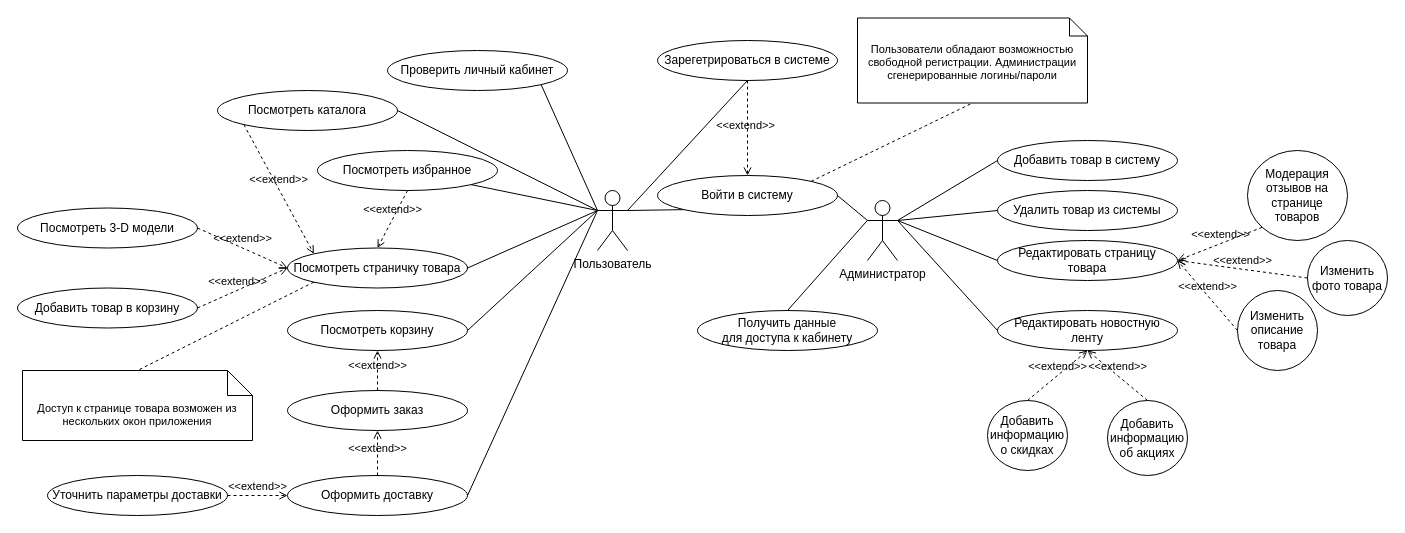
Earlier version of the draw.io diagram page "Тут с коментами" (2 of 5) of Сис. инж. UseCase.drawio (Rattokun/ModelRep). Source tidied: cells renumbered, new cells numbered last; positions are measured from the earlier drawing's top-left corner, leaving out a move shared by most shapes. Both pictures are drawn from the tidied source at 100%, with x=0, y=0 at pixel (17, 18).
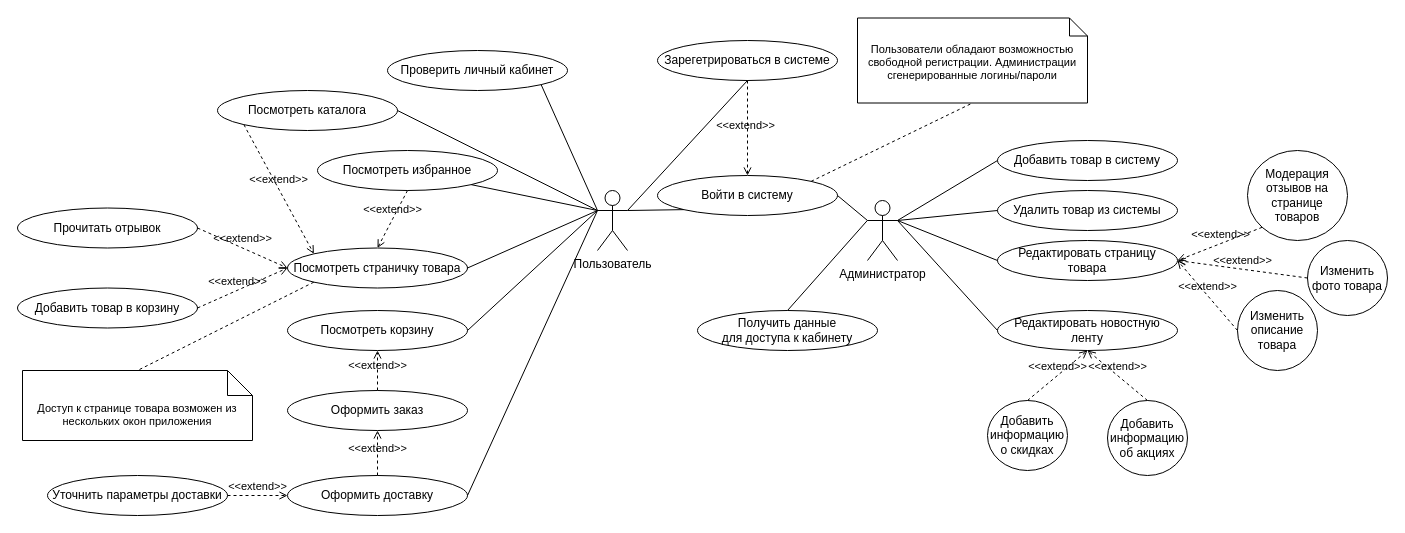
Above is the later version.

The edit, as a diff of the source:
```diff
@@
-    <mxCell id="34" value="Посмотреть 3-D модели" style="ellipse;whiteSpace=wrap;html=1;" parent="1" vertex="1">
+    <mxCell id="34" value="Прочитать отрывок" style="ellipse;whiteSpace=wrap;html=1;" parent="1" vertex="1">
       <mxGeometry y="189.5" width="180" height="40" as="geometry" />
     </mxCell>
```
